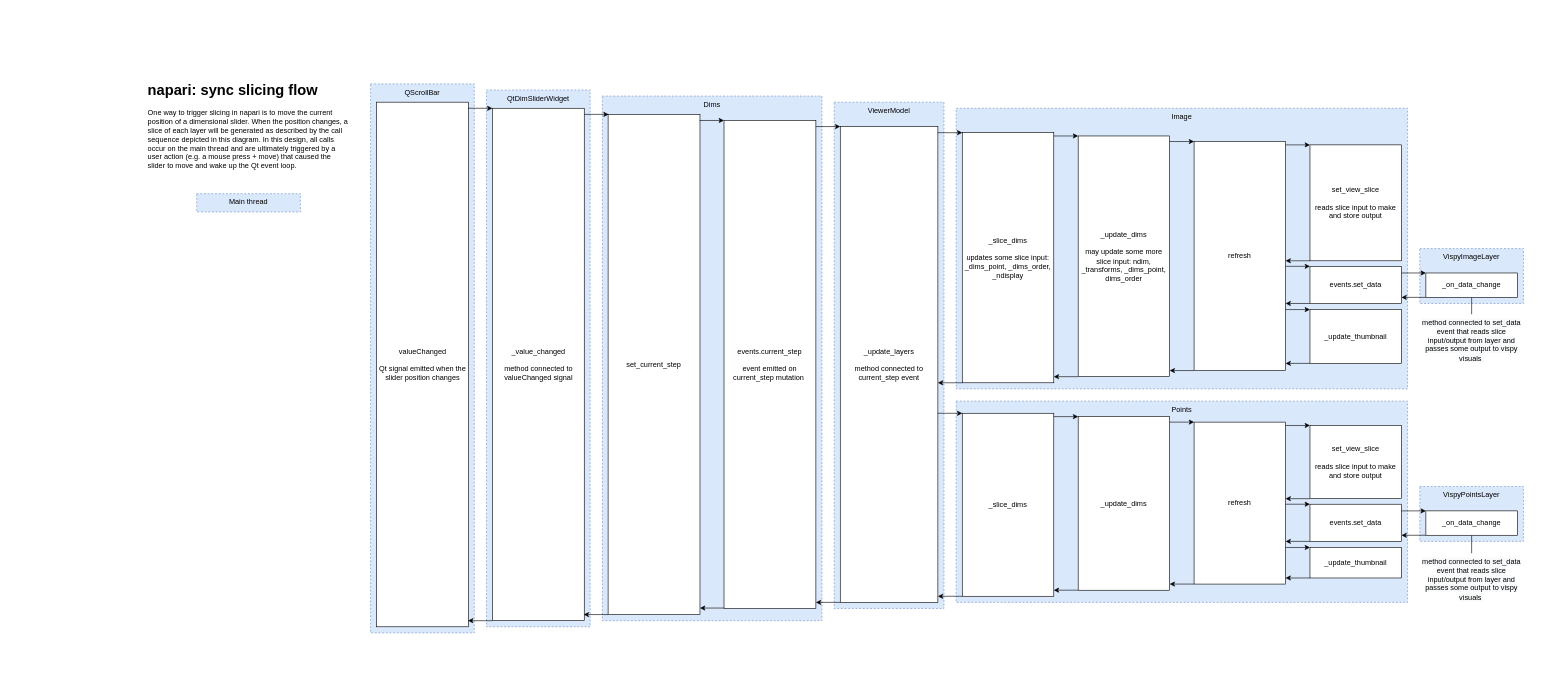
The draw.io diagram napari-slicing-sync-calls.drawio in andy-sweet/napari-diagrams, before the edit. Source tidied: cells renumbered, new cells numbered last; positions are measured from the earlier drawing's top-left corner, leaving out a move shared by most shapes. Both pictures are drawn from the tidied source at 61%, with x=0, y=0 at pixel (145, 77).
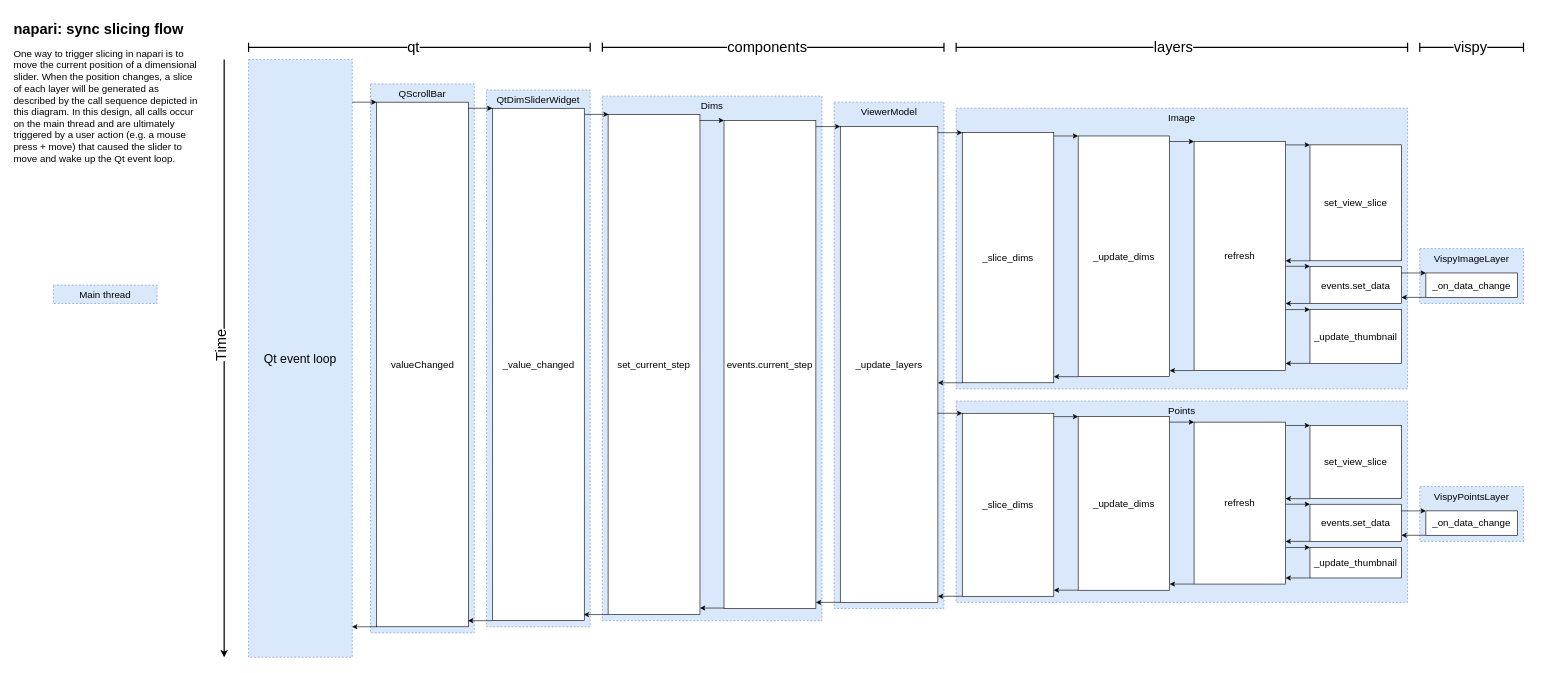
The same page after the edit.

Diff of the diagram source:
```diff
@@
-    <mxCell id="2" value="VispyPointsLayer" style="rounded=0;whiteSpace=wrap;html=1;verticalAlign=top;align=center;spacingLeft=0;spacingTop=0;dashed=1;fillColor=#dae8fc;strokeColor=#6c8ebf;" parent="1" vertex="1">
+    <mxCell id="2" value="VispyPointsLayer" style="rounded=0;whiteSpace=wrap;html=1;verticalAlign=top;align=center;spacingLeft=0;spacingTop=0;dashed=1;fillColor=#dae8fc;strokeColor=#6c8ebf;fontSize=16;" parent="1" vertex="1">
       <mxGeometry x="2090" y="670" width="170" height="90" as="geometry" />
     </mxCell>
-    <mxCell id="3" value="VispyImageLayer" style="rounded=0;whiteSpace=wrap;html=1;verticalAlign=top;align=center;spacingLeft=0;spacingTop=0;dashed=1;fillColor=#dae8fc;strokeColor=#6c8ebf;" parent="1" vertex="1">
+    <mxCell id="3" value="VispyImageLayer" style="rounded=0;whiteSpace=wrap;html=1;verticalAlign=top;align=center;spacingLeft=0;spacingTop=0;dashed=1;fillColor=#dae8fc;strokeColor=#6c8ebf;fontSize=16;" parent="1" vertex="1">
       <mxGeometry x="2090" y="280" width="170" height="90" as="geometry" />
     </mxCell>
-    <mxCell id="4" value="&lt;span style=&quot;color: rgb(0, 0, 0); font-family: Helvetica; font-size: 12px; font-style: normal; font-variant-ligatures: normal; font-variant-caps: normal; font-weight: 400; letter-spacing: normal; orphans: 2; text-indent: 0px; text-transform: none; widows: 2; word-spacing: 0px; -webkit-text-stroke-width: 0px; background-color: rgb(248, 249, 250); text-decoration-thickness: initial; text-decoration-style: initial; text-decoration-color: initial; float: none; display: inline !important;&quot;&gt;method connected to set_data event that reads slice input/output from layer and passes some output to vispy visuals&amp;nbsp;&lt;br&gt;&lt;/span&gt;" style="text;whiteSpace=wrap;html=1;align=center;" parent="1" vertex="1">
-      <mxGeometry x="2090" y="387.7" width="170" height="70.5" as="geometry" />
-    </mxCell>
-    <mxCell id="5" value="ViewerModel" style="rounded=0;whiteSpace=wrap;html=1;verticalAlign=top;align=center;spacingLeft=0;spacingTop=0;dashed=1;fillColor=#dae8fc;strokeColor=#6c8ebf;" parent="1" vertex="1">
+    <mxCell id="5" value="ViewerModel" style="rounded=0;whiteSpace=wrap;html=1;verticalAlign=top;align=center;spacingLeft=0;spacingTop=0;dashed=1;fillColor=#dae8fc;strokeColor=#6c8ebf;fontSize=16;" parent="1" vertex="1">
       <mxGeometry x="1130" y="40" width="180" height="830" as="geometry" />
     </mxCell>
-    <mxCell id="6" value="_update_layers&lt;br&gt;&lt;br&gt;method connected to current_step event" style="rounded=0;whiteSpace=wrap;html=1;" parent="1" vertex="1">
+    <mxCell id="6" value="_update_layers" style="rounded=0;whiteSpace=wrap;html=1;fontSize=16;" parent="1" vertex="1">
       <mxGeometry x="1140" y="80" width="160" height="780" as="geometry" />
     </mxCell>
-    <mxCell id="7" value="Dims" style="rounded=0;whiteSpace=wrap;html=1;verticalAlign=top;align=center;spacingLeft=0;spacingTop=0;dashed=1;fillColor=#dae8fc;strokeColor=#6c8ebf;" parent="1" vertex="1">
+    <mxCell id="7" value="Dims" style="rounded=0;whiteSpace=wrap;html=1;verticalAlign=top;align=center;spacingLeft=0;spacingTop=0;dashed=1;fillColor=#dae8fc;strokeColor=#6c8ebf;fontSize=16;" parent="1" vertex="1">
       <mxGeometry x="750" y="30" width="360" height="860" as="geometry" />
     </mxCell>
-    <mxCell id="8" value="events.current_step&lt;br&gt;&lt;br&gt;event emitted on current_step mutation&amp;nbsp;" style="rounded=0;whiteSpace=wrap;html=1;" parent="1" vertex="1">
+    <mxCell id="8" value="events.current_step" style="rounded=0;whiteSpace=wrap;html=1;fontSize=16;" parent="1" vertex="1">
       <mxGeometry x="949.4" y="70" width="150.6" height="800" as="geometry" />
     </mxCell>
-    <mxCell id="9" value="Image" style="rounded=0;whiteSpace=wrap;html=1;verticalAlign=top;align=center;spacingLeft=0;spacingTop=0;dashed=1;fillColor=#dae8fc;strokeColor=#6c8ebf;" parent="1" vertex="1">
+    <mxCell id="9" value="Image" style="rounded=0;whiteSpace=wrap;html=1;verticalAlign=top;align=center;spacingLeft=0;spacingTop=0;dashed=1;fillColor=#dae8fc;strokeColor=#6c8ebf;fontSize=16;" parent="1" vertex="1">
       <mxGeometry x="1330" y="50" width="740" height="460" as="geometry" />
     </mxCell>
-    <mxCell id="10" value="_slice_dims&lt;br&gt;&lt;br&gt;updates some slice input: &lt;br&gt;_dims_point, _dims_order, _ndisplay" style="rounded=0;whiteSpace=wrap;html=1;" parent="1" vertex="1">
+    <mxCell id="10" value="_slice_dims" style="rounded=0;whiteSpace=wrap;html=1;fontSize=16;" parent="1" vertex="1">
       <mxGeometry x="1340" y="90" width="150" height="410" as="geometry" />
     </mxCell>
-    <mxCell id="11" value="_update_dims&lt;br&gt;&lt;br&gt;may update some more slice input: ndim, _transforms, _dims_point, dims_order" style="rounded=0;whiteSpace=wrap;html=1;" parent="1" vertex="1">
+    <mxCell id="11" value="_update_dims" style="rounded=0;whiteSpace=wrap;html=1;fontSize=16;" parent="1" vertex="1">
       <mxGeometry x="1530" y="95.4" width="150" height="394.6" as="geometry" />
     </mxCell>
-    <mxCell id="12" value="refresh" style="rounded=0;whiteSpace=wrap;html=1;" parent="1" vertex="1">
+    <mxCell id="12" value="refresh" style="rounded=0;whiteSpace=wrap;html=1;fontSize=16;" parent="1" vertex="1">
       <mxGeometry x="1720" y="104.5" width="150" height="375.5" as="geometry" />
     </mxCell>
-    <mxCell id="13" value="set_view_slice&lt;br&gt;&lt;br&gt;reads slice input to make and store output" style="rounded=0;whiteSpace=wrap;html=1;" parent="1" vertex="1">
+    <mxCell id="13" value="set_view_slice" style="rounded=0;whiteSpace=wrap;html=1;fontSize=16;" parent="1" vertex="1">
       <mxGeometry x="1910" y="110" width="150" height="190" as="geometry" />
     </mxCell>
-    <mxCell id="14" value="events.set_data" style="rounded=0;whiteSpace=wrap;html=1;" parent="1" vertex="1">
+    <mxCell id="14" value="events.set_data" style="rounded=0;whiteSpace=wrap;html=1;fontSize=16;" parent="1" vertex="1">
       <mxGeometry x="1910" y="309.1" width="150" height="60.9" as="geometry" />
     </mxCell>
-    <mxCell id="15" value="_update_thumbnail" style="rounded=0;whiteSpace=wrap;html=1;" parent="1" vertex="1">
+    <mxCell id="15" value="_update_thumbnail" style="rounded=0;whiteSpace=wrap;html=1;fontSize=16;" parent="1" vertex="1">
       <mxGeometry x="1910" y="380" width="150" height="88.2" as="geometry" />
     </mxCell>
-    <mxCell id="16" value="QtDimSliderWidget" style="rounded=0;whiteSpace=wrap;html=1;verticalAlign=top;align=center;spacingLeft=0;spacingTop=0;dashed=1;fillColor=#dae8fc;strokeColor=#6c8ebf;" parent="1" vertex="1">
+    <mxCell id="16" value="QtDimSliderWidget" style="rounded=0;whiteSpace=wrap;html=1;verticalAlign=top;align=center;spacingLeft=0;spacingTop=0;dashed=1;fillColor=#dae8fc;strokeColor=#6c8ebf;fontSize=16;" parent="1" vertex="1">
       <mxGeometry x="560" y="20" width="170" height="880" as="geometry" />
     </mxCell>
-    <mxCell id="17" value="_value_changed&lt;br&gt;&lt;br&gt;method connected to valueChanged signal" style="rounded=0;whiteSpace=wrap;html=1;" parent="1" vertex="1">
+    <mxCell id="17" value="_value_changed" style="rounded=0;whiteSpace=wrap;html=1;fontSize=16;" parent="1" vertex="1">
       <mxGeometry x="569.7" y="50" width="150.6" height="840" as="geometry" />
     </mxCell>
-    <mxCell id="18" value="QScrollBar" style="rounded=0;whiteSpace=wrap;html=1;verticalAlign=top;align=center;spacingLeft=0;spacingTop=0;dashed=1;fillColor=#dae8fc;strokeColor=#6c8ebf;" parent="1" vertex="1">
+    <mxCell id="18" value="QScrollBar" style="rounded=0;whiteSpace=wrap;html=1;verticalAlign=top;align=center;spacingLeft=0;spacingTop=0;dashed=1;fillColor=#dae8fc;strokeColor=#6c8ebf;fontSize=16;" parent="1" vertex="1">
       <mxGeometry x="370" y="10" width="170" height="900" as="geometry" />
     </mxCell>
-    <mxCell id="19" value="valueChanged&lt;br&gt;&lt;br&gt;Qt signal emitted when the slider position changes" style="rounded=0;whiteSpace=wrap;html=1;" parent="1" vertex="1">
+    <mxCell id="19" value="valueChanged" style="rounded=0;whiteSpace=wrap;html=1;fontSize=16;" parent="1" vertex="1">
       <mxGeometry x="379.7" y="40" width="150.6" height="860" as="geometry" />
     </mxCell>
-    <mxCell id="20" value="set_current_step" style="rounded=0;whiteSpace=wrap;html=1;" parent="1" vertex="1">
+    <mxCell id="20" value="set_current_step" style="rounded=0;whiteSpace=wrap;html=1;fontSize=16;horizontal=1;" parent="1" vertex="1">
       <mxGeometry x="759.4" y="60" width="150.6" height="820" as="geometry" />
     </mxCell>
@@
-    <mxCell id="42" style="endArrow=none;html=1;rounded=0;exitX=0.5;exitY=1;exitDx=0;exitDy=0;entryX=0.5;entryY=0;entryDx=0;entryDy=0;" parent="1" edge="1" source="67" target="4">
-      <mxGeometry relative="1" as="geometry" />
-    </mxCell>
@@
-    <mxCell id="44" value="Points" style="rounded=0;whiteSpace=wrap;html=1;verticalAlign=top;align=center;spacingLeft=0;spacingTop=0;dashed=1;fillColor=#dae8fc;strokeColor=#6c8ebf;" parent="1" vertex="1">
+    <mxCell id="44" value="Points" style="rounded=0;whiteSpace=wrap;html=1;verticalAlign=top;align=center;spacingLeft=0;spacingTop=0;dashed=1;fillColor=#dae8fc;strokeColor=#6c8ebf;fontSize=16;" parent="1" vertex="1">
       <mxGeometry x="1330" y="530" width="740" height="330" as="geometry" />
     </mxCell>
-    <mxCell id="45" value="_slice_dims" style="rounded=0;whiteSpace=wrap;html=1;" parent="1" vertex="1">
+    <mxCell id="45" value="_slice_dims" style="rounded=0;whiteSpace=wrap;html=1;fontSize=16;" parent="1" vertex="1">
       <mxGeometry x="1340" y="550" width="150" height="300" as="geometry" />
     </mxCell>
-    <mxCell id="46" value="_update_dims" style="rounded=0;whiteSpace=wrap;html=1;" parent="1" vertex="1">
+    <mxCell id="46" value="_update_dims" style="rounded=0;whiteSpace=wrap;html=1;fontSize=16;" parent="1" vertex="1">
       <mxGeometry x="1530" y="555.5" width="150" height="284.6" as="geometry" />
     </mxCell>
-    <mxCell id="47" value="refresh" style="rounded=0;whiteSpace=wrap;html=1;" parent="1" vertex="1">
+    <mxCell id="47" value="refresh" style="rounded=0;whiteSpace=wrap;html=1;fontSize=16;" parent="1" vertex="1">
       <mxGeometry x="1720" y="564.5" width="150" height="265.5" as="geometry" />
     </mxCell>
-    <mxCell id="48" value="set_view_slice&lt;br&gt;&lt;br&gt;reads slice input to make and store output" style="rounded=0;whiteSpace=wrap;html=1;" parent="1" vertex="1">
+    <mxCell id="48" value="set_view_slice" style="rounded=0;whiteSpace=wrap;html=1;fontSize=16;" parent="1" vertex="1">
       <mxGeometry x="1910" y="570" width="150" height="120" as="geometry" />
     </mxCell>
-    <mxCell id="49" value="events.set_data" style="rounded=0;whiteSpace=wrap;html=1;" parent="1" vertex="1">
+    <mxCell id="49" value="events.set_data" style="rounded=0;whiteSpace=wrap;html=1;fontSize=16;" parent="1" vertex="1">
       <mxGeometry x="1910" y="699.1" width="150" height="60.9" as="geometry" />
     </mxCell>
-    <mxCell id="50" value="_update_thumbnail" style="rounded=0;whiteSpace=wrap;html=1;" parent="1" vertex="1">
+    <mxCell id="50" value="_update_thumbnail" style="rounded=0;whiteSpace=wrap;html=1;fontSize=16;" parent="1" vertex="1">
       <mxGeometry x="1910" y="770" width="150" height="50" as="geometry" />
     </mxCell>
@@
-    <mxCell id="62" value="&lt;span style=&quot;color: rgb(0, 0, 0); font-family: Helvetica; font-size: 12px; font-style: normal; font-variant-ligatures: normal; font-variant-caps: normal; font-weight: 400; letter-spacing: normal; orphans: 2; text-indent: 0px; text-transform: none; widows: 2; word-spacing: 0px; -webkit-text-stroke-width: 0px; background-color: rgb(248, 249, 250); text-decoration-thickness: initial; text-decoration-style: initial; text-decoration-color: initial; float: none; display: inline !important;&quot;&gt;method connected to set_data event that reads slice input/output from layer and passes some output to vispy visuals&amp;nbsp;&lt;br&gt;&lt;/span&gt;" style="text;whiteSpace=wrap;html=1;align=center;" parent="1" vertex="1">
-      <mxGeometry x="2090" y="779.5" width="170" height="70.5" as="geometry" />
-    </mxCell>
-    <mxCell id="63" style="endArrow=none;html=1;rounded=0;entryX=0.5;entryY=0;entryDx=0;entryDy=0;exitX=0.5;exitY=1;exitDx=0;exitDy=0;" parent="1" edge="1" source="68" target="62">
-      <mxGeometry relative="1" as="geometry" />
-    </mxCell>
@@
-    <mxCell id="67" value="_on_data_change" style="rounded=0;whiteSpace=wrap;html=1;" parent="1" vertex="1">
+    <mxCell id="67" value="_on_data_change" style="rounded=0;whiteSpace=wrap;html=1;fontSize=16;" parent="1" vertex="1">
       <mxGeometry x="2100" y="320" width="150" height="40" as="geometry" />
     </mxCell>
-    <mxCell id="68" value="_on_data_change" style="rounded=0;whiteSpace=wrap;html=1;" parent="1" vertex="1">
+    <mxCell id="68" value="_on_data_change" style="rounded=0;whiteSpace=wrap;html=1;fontSize=16;" parent="1" vertex="1">
       <mxGeometry x="2100" y="710" width="150" height="40" as="geometry" />
     </mxCell>
-    <mxCell id="69" value="&lt;h1&gt;napari: sync slicing flow&amp;nbsp;&lt;/h1&gt;&lt;p&gt;One way to trigger slicing in napari is to move the current position of a dimensional slider. When the position changes, a slice of each layer will be generated as described by the call sequence depicted in this diagram. In this design, all calls occur on the main thread and are ultimately triggered by a user action (e.g. a mouse press + move) that caused the slider to move and wake up the Qt event loop.&amp;nbsp;&lt;/p&gt;" style="text;html=1;strokeColor=none;fillColor=none;spacing=5;spacingTop=-20;whiteSpace=wrap;overflow=hidden;rounded=0;dashed=1;dashPattern=1 1;" parent="1" vertex="1">
-      <mxGeometry width="340" height="170" as="geometry" />
+    <mxCell id="69" value="&lt;h1&gt;napari: sync slicing flow&amp;nbsp;&lt;/h1&gt;&lt;p&gt;&lt;font style=&quot;font-size: 16px;&quot;&gt;One way to trigger slicing in napari is to move the current position of a dimensional slider. When the position changes, a slice of each layer will be generated as described by the call sequence depicted in this diagram. In this design, all calls occur on the main thread and are ultimately triggered by a user action (e.g. a mouse press + move) that caused the slider to move and wake up the Qt event loop.&amp;nbsp;&lt;/font&gt;&lt;/p&gt;" style="text;html=1;strokeColor=none;fillColor=none;spacing=5;spacingTop=-20;whiteSpace=wrap;overflow=hidden;rounded=0;dashed=1;dashPattern=1 1;" parent="1" vertex="1">
+      <mxGeometry x="-220" y="-100" width="310" height="360" as="geometry" />
     </mxCell>
-    <mxCell id="70" value="Main thread" style="rounded=0;whiteSpace=wrap;html=1;verticalAlign=top;align=center;spacingLeft=0;spacingTop=0;dashed=1;fillColor=#dae8fc;strokeColor=#6c8ebf;" parent="1" vertex="1">
-      <mxGeometry x="85" y="190" width="170" height="30" as="geometry" />
+    <mxCell id="70" value="Main thread" style="rounded=0;whiteSpace=wrap;html=1;verticalAlign=top;align=center;spacingLeft=0;spacingTop=0;dashed=1;fillColor=#dae8fc;strokeColor=#6c8ebf;fontSize=16;" parent="1" vertex="1">
+      <mxGeometry x="-150" y="340" width="170" height="30" as="geometry" />
     </mxCell>
+    <mxCell id="71" style="endArrow=classic;html=1;rounded=0;fontSize=16;strokeWidth=2;" parent="1" edge="1">
+      <mxGeometry relative="1" as="geometry">
+        <mxPoint x="130" y="-30" as="sourcePoint" />
+        <mxPoint x="130" y="950" as="targetPoint" />
+      </mxGeometry>
+    </mxCell>
+    <mxCell id="72" value="Time" style="edgeLabel;html=1;align=center;verticalAlign=middle;fontSize=24;horizontal=0;" parent="71" vertex="1">
+      <mxGeometry x="-0.04" y="-5" relative="1" as="geometry" />
+    </mxCell>
+    <mxCell id="73" value="Qt event loop" style="rounded=0;whiteSpace=wrap;html=1;verticalAlign=middle;align=center;spacingLeft=0;spacingTop=0;dashed=1;fillColor=#dae8fc;strokeColor=#6c8ebf;fontSize=20;horizontal=1;" parent="1" vertex="1">
+      <mxGeometry x="170" y="-30" width="170" height="980" as="geometry" />
+    </mxCell>
+    <mxCell id="74" style="endArrow=classic;html=1;rounded=0;" parent="1" edge="1">
+      <mxGeometry relative="1" as="geometry">
+        <mxPoint x="339.7" y="40" as="sourcePoint" />
+        <mxPoint x="379.7" y="40" as="targetPoint" />
+      </mxGeometry>
+    </mxCell>
+    <mxCell id="75" style="endArrow=classic;html=1;rounded=0;" parent="1" edge="1">
+      <mxGeometry relative="1" as="geometry">
+        <mxPoint x="379.7" y="900" as="sourcePoint" />
+        <mxPoint x="339.7" y="900" as="targetPoint" />
+      </mxGeometry>
+    </mxCell>
+    <mxCell id="76" style="endArrow=baseDash;html=1;rounded=0;fontSize=24;strokeWidth=2;endFill=0;startArrow=baseDash;startFill=0;endSize=12;startSize=12;" parent="1" edge="1">
+      <mxGeometry relative="1" as="geometry">
+        <mxPoint x="170" y="-50" as="sourcePoint" />
+        <mxPoint x="730" y="-50" as="targetPoint" />
+      </mxGeometry>
+    </mxCell>
+    <mxCell id="77" value="qt" style="edgeLabel;html=1;align=center;verticalAlign=middle;fontSize=24;" parent="76" vertex="1">
+      <mxGeometry x="-0.04" y="1" relative="1" as="geometry" />
+    </mxCell>
+    <mxCell id="78" style="endArrow=baseDash;html=1;rounded=0;fontSize=24;strokeWidth=2;endFill=0;startArrow=baseDash;startFill=0;endSize=12;startSize=12;" parent="1" edge="1">
+      <mxGeometry relative="1" as="geometry">
+        <mxPoint x="750" y="-50" as="sourcePoint" />
+        <mxPoint x="1310" y="-50" as="targetPoint" />
+      </mxGeometry>
+    </mxCell>
+    <mxCell id="79" value="components" style="edgeLabel;html=1;align=center;verticalAlign=middle;fontSize=24;" parent="78" vertex="1">
+      <mxGeometry x="-0.04" y="1" relative="1" as="geometry" />
+    </mxCell>
+    <mxCell id="80" style="endArrow=baseDash;html=1;rounded=0;fontSize=24;strokeWidth=2;endFill=0;startArrow=baseDash;startFill=0;endSize=12;startSize=12;" parent="1" edge="1">
+      <mxGeometry relative="1" as="geometry">
+        <mxPoint x="1330" y="-50" as="sourcePoint" />
+        <mxPoint x="2070" y="-50" as="targetPoint" />
+      </mxGeometry>
+    </mxCell>
+    <mxCell id="81" value="layers" style="edgeLabel;html=1;align=center;verticalAlign=middle;fontSize=24;" parent="80" vertex="1">
+      <mxGeometry x="-0.04" y="1" relative="1" as="geometry" />
+    </mxCell>
+    <mxCell id="82" style="endArrow=baseDash;html=1;rounded=0;fontSize=24;strokeWidth=2;endFill=0;startArrow=baseDash;startFill=0;endSize=12;startSize=12;" parent="1" edge="1">
+      <mxGeometry relative="1" as="geometry">
+        <mxPoint x="2090" y="-50" as="sourcePoint" />
+        <mxPoint x="2260" y="-50" as="targetPoint" />
+      </mxGeometry>
+    </mxCell>
+    <mxCell id="83" value="vispy" style="edgeLabel;html=1;align=center;verticalAlign=middle;fontSize=24;" parent="82" vertex="1">
+      <mxGeometry x="-0.04" y="1" relative="1" as="geometry" />
+    </mxCell>
```
